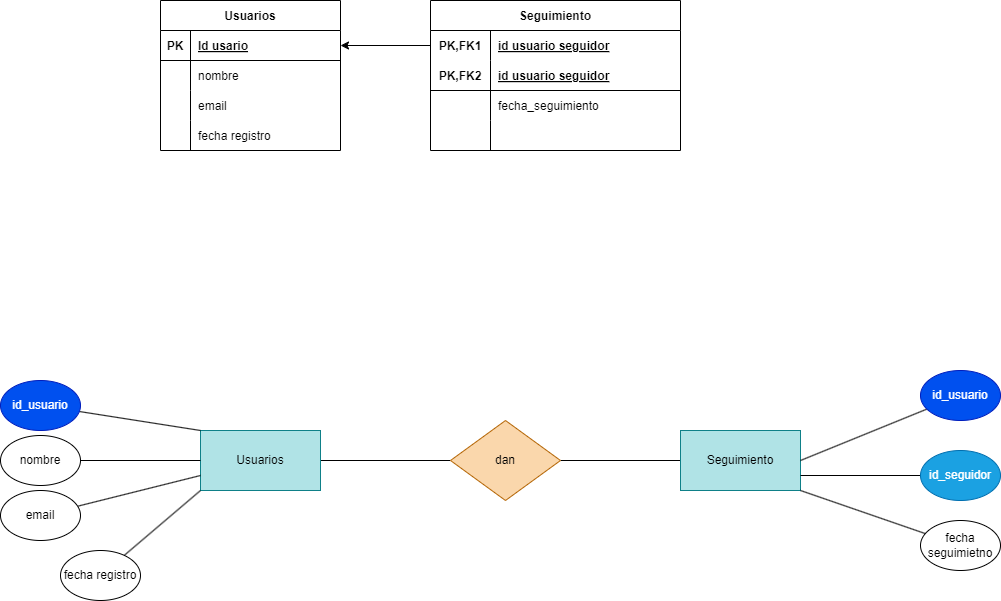
WhiteCascade/BAE keeps this draw.io diagram as Tareas/Unidad2/ejercicio2.7.drawio.png. Above is the earlier version. Source tidied: cells renumbered, new cells last; positions are measured from the earlier drawing's top-left corner, leaving out a move shared by most shapes.
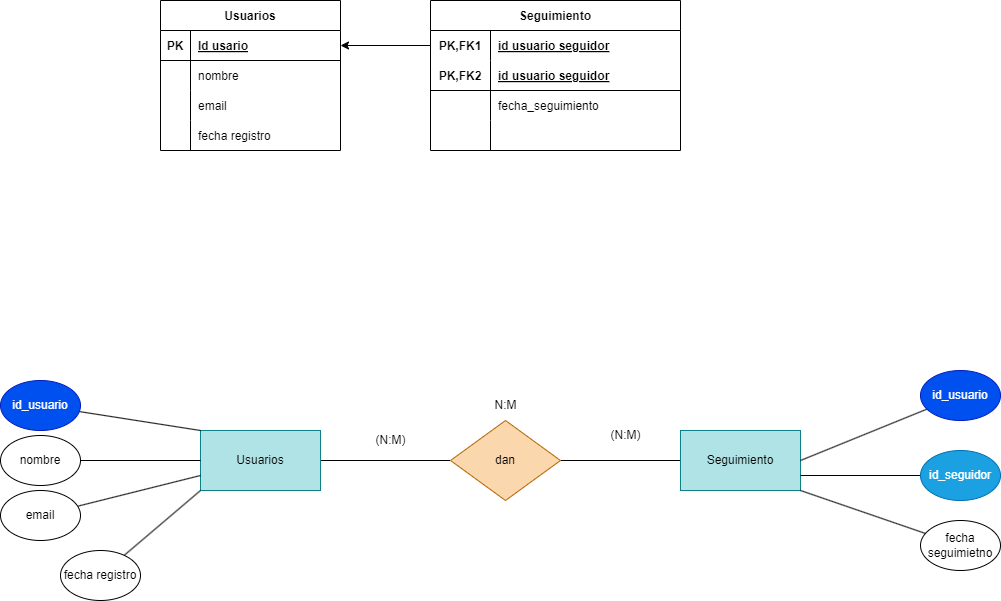
After the change.

What changed in the source:
```diff
@@ -144,5 +144,14 @@
     <mxCell id="47" value="fecha seguimietno" style="ellipse;whiteSpace=wrap;html=1;" parent="1" vertex="1">
       <mxGeometry x="920" y="520" width="80" height="50" as="geometry" />
     </mxCell>
+    <mxCell id="48" value="(N:M)" style="text;html=1;align=center;verticalAlign=middle;strokeColor=none;fillColor=none;" parent="1" vertex="1">
+      <mxGeometry x="365" y="425" width="50" height="30" as="geometry" />
+    </mxCell>
+    <mxCell id="49" value="(N:M)" style="text;html=1;align=center;verticalAlign=middle;strokeColor=none;fillColor=none;" parent="1" vertex="1">
+      <mxGeometry x="600" y="420" width="50" height="30" as="geometry" />
+    </mxCell>
+    <mxCell id="50" value="N:M" style="text;html=1;align=center;verticalAlign=middle;strokeColor=none;fillColor=none;" parent="1" vertex="1">
+      <mxGeometry x="480" y="390" width="50" height="30" as="geometry" />
+    </mxCell>
   </root>
 </mxGraphModel>
```
